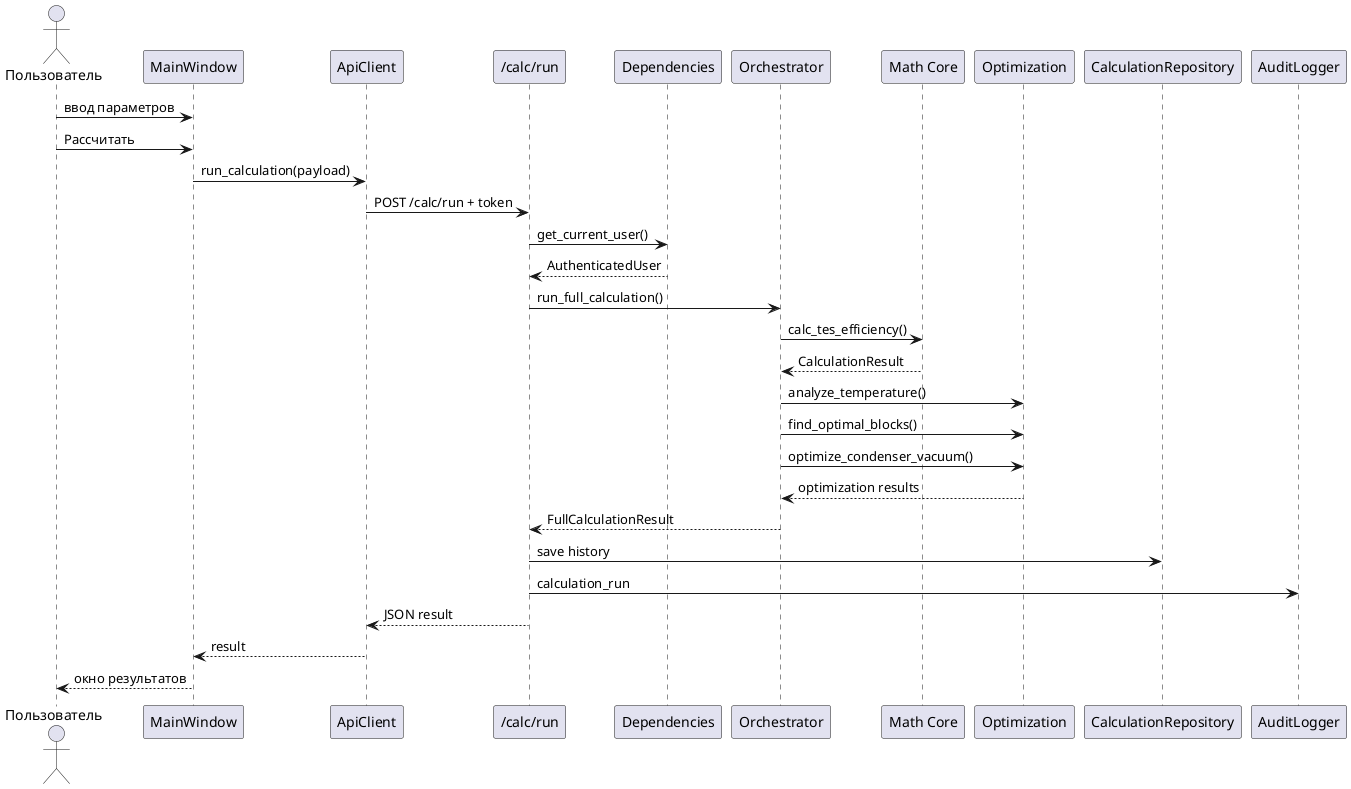
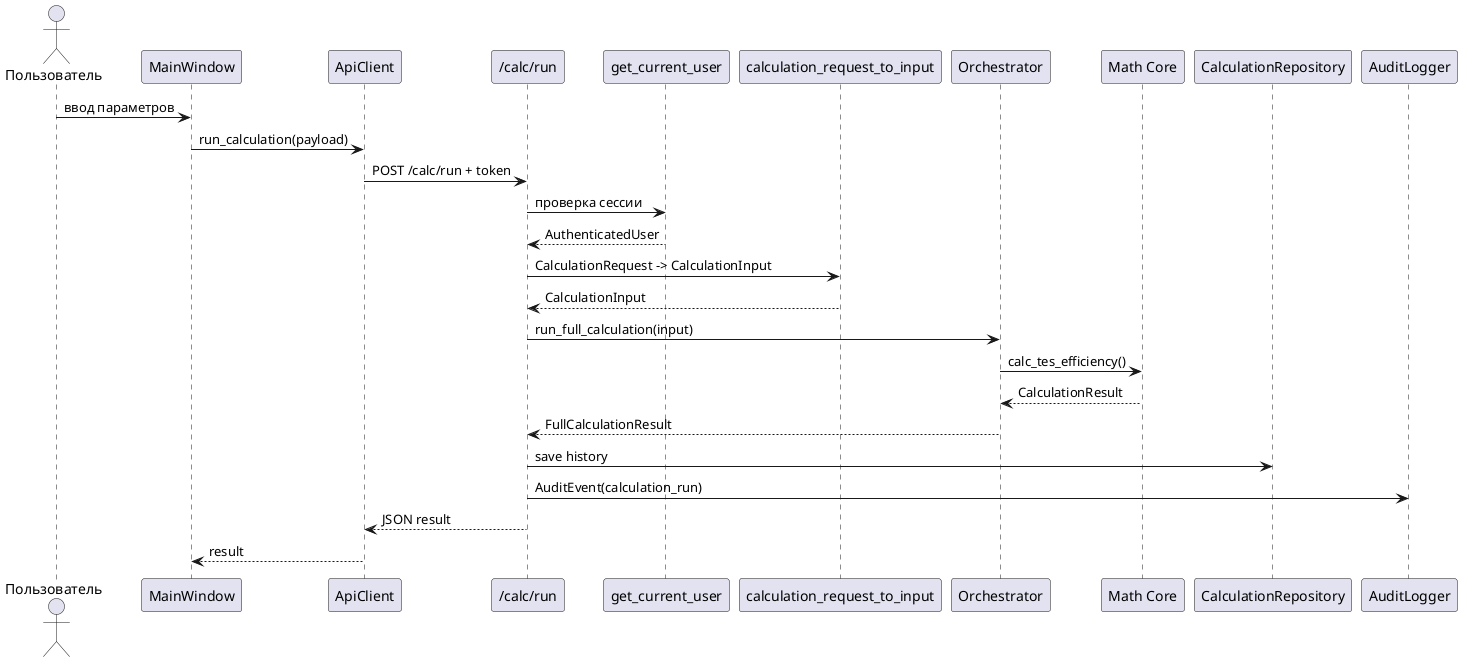
@startuml
actor "Пользователь" as User
participant "MainWindow" as MainWindow
participant "ApiClient" as ApiClient
participant "/calc/run" as CalcRoute
- participant "Dependencies" as Dependencies
+ participant "get_current_user" as AuthDep
+ participant "calculation_request_to_input" as Mapper
participant "Orchestrator" as Orchestrator
participant "Math Core" as Core
- participant "Optimization" as Optimization
- participant "CalculationRepository" as CalcRepo
+ participant "CalculationRepository" as Repo
participant "AuditLogger" as AuditLogger

User -> MainWindow : ввод параметров
- User -> MainWindow : Рассчитать
MainWindow -> ApiClient : run_calculation(payload)
ApiClient -> CalcRoute : POST /calc/run + token
- CalcRoute -> Dependencies : get_current_user()
- Dependencies --> CalcRoute : AuthenticatedUser
- CalcRoute -> Orchestrator : run_full_calculation()
+ CalcRoute -> AuthDep : проверка сессии
+ AuthDep --> CalcRoute : AuthenticatedUser
+ CalcRoute -> Mapper : CalculationRequest -> CalculationInput
+ Mapper --> CalcRoute : CalculationInput
+ CalcRoute -> Orchestrator : run_full_calculation(input)
Orchestrator -> Core : calc_tes_efficiency()
Core --> Orchestrator : CalculationResult
- Orchestrator -> Optimization : analyze_temperature()
- Orchestrator -> Optimization : find_optimal_blocks()
- Orchestrator -> Optimization : optimize_condenser_vacuum()
- Optimization --> Orchestrator : optimization results
Orchestrator --> CalcRoute : FullCalculationResult
- CalcRoute -> CalcRepo : save history
- CalcRoute -> AuditLogger : calculation_run
+ CalcRoute -> Repo : save history
+ CalcRoute -> AuditLogger : AuditEvent(calculation_run)
CalcRoute --> ApiClient : JSON result
ApiClient --> MainWindow : result
- MainWindow --> User : окно результатов
@enduml
